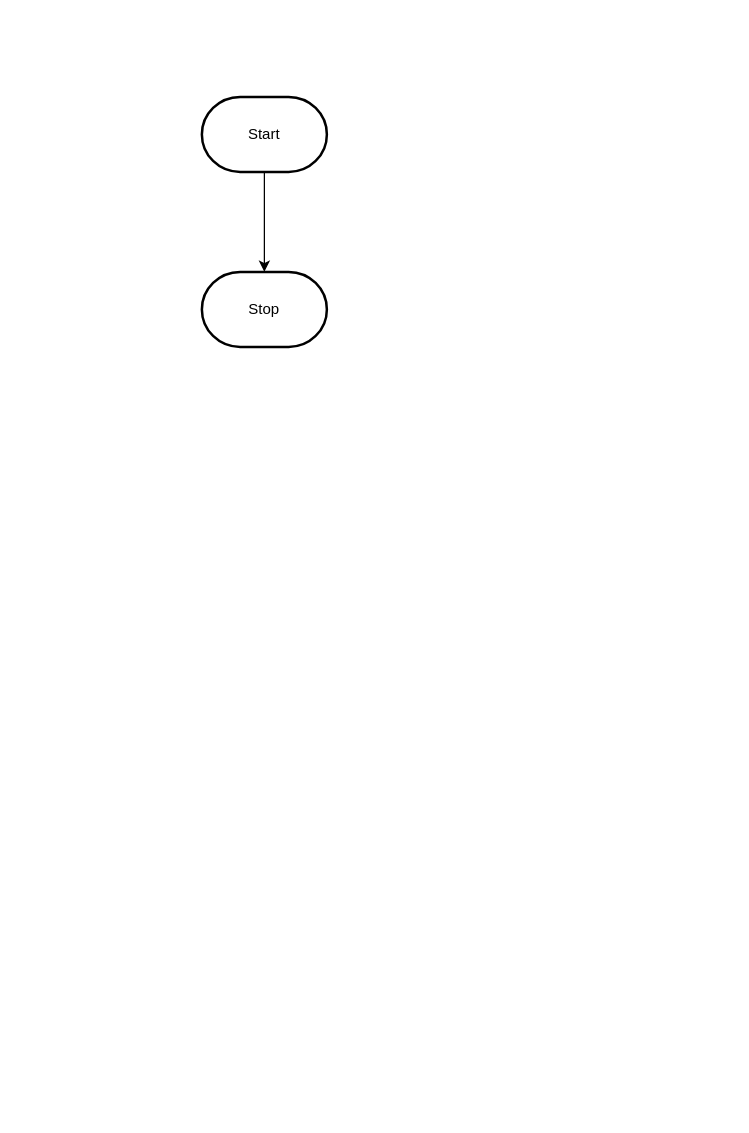
Before: design/flowchart.drawio in MTHS-TEJ2O-1-2023/TEJ2O-Unit-2-10-daki-atahwalp-antango-boad, a draw.io diagram. Source tidied: cells renumbered, new cells numbered last; positions are measured from the earlier drawing's top-left corner, leaving out a move shared by most shapes. Both pictures are drawn from the tidied source at 125%, with x=0, y=0 at pixel (201, 96).
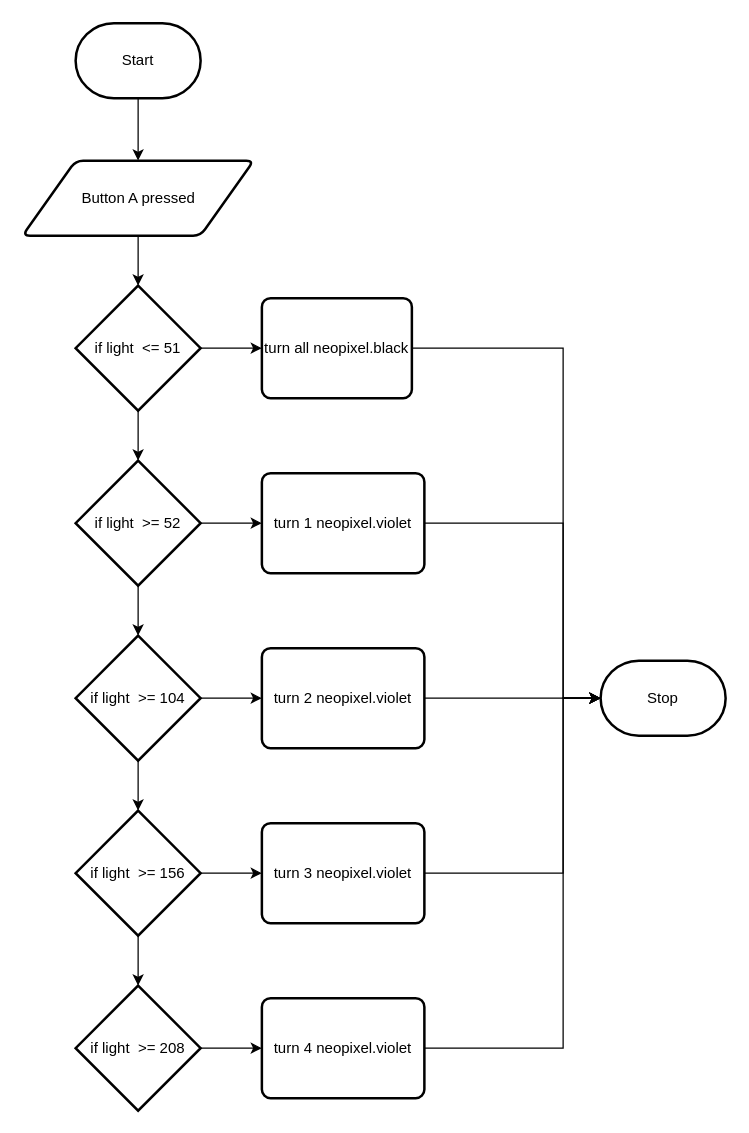
The same page after the edit.

Diff of the diagram source:
```diff
@@
-    <mxCell id="2" style="edgeStyle=orthogonalEdgeStyle;html=1;rounded=0;" parent="1" edge="1" source="3" target="4">
-      <mxGeometry relative="1" as="geometry" />
-    </mxCell>
+    <mxCell id="5" style="edgeStyle=none;html=1;exitX=0.5;exitY=1;exitDx=0;exitDy=0;exitPerimeter=0;entryX=0.5;entryY=0;entryDx=0;entryDy=0;" parent="1" edge="1" source="3">
+      <mxGeometry relative="1" as="geometry">
+        <mxPoint x="-51" y="51" as="targetPoint" />
+      </mxGeometry>
+    </mxCell>
     <mxCell id="3" value="Start" style="strokeWidth=2;html=1;shape=mxgraph.flowchart.terminator;whiteSpace=wrap;" parent="1" vertex="1">
-      <mxGeometry width="100" height="60" as="geometry" />
+      <mxGeometry x="-101" y="-59" width="100" height="60" as="geometry" />
     </mxCell>
     <mxCell id="4" value="Stop" style="strokeWidth=2;html=1;shape=mxgraph.flowchart.terminator;whiteSpace=wrap;" parent="1" vertex="1">
-      <mxGeometry y="140" width="100" height="60" as="geometry" />
+      <mxGeometry x="319" y="451" width="100" height="60" as="geometry" />
     </mxCell>
+    <mxCell id="6" style="edgeStyle=none;html=1;exitX=0.5;exitY=1;exitDx=0;exitDy=0;" parent="1" edge="1" target="9">
+      <mxGeometry relative="1" as="geometry">
+        <mxPoint x="-51" y="111" as="sourcePoint" />
+      </mxGeometry>
+    </mxCell>
+    <mxCell id="2" value="Button A pressed" style="shape=parallelogram;html=1;strokeWidth=2;perimeter=parallelogramPerimeter;whiteSpace=wrap;rounded=1;arcSize=12;size=0.23;" parent="1" vertex="1">
+      <mxGeometry x="-143.5" y="51" width="185" height="60" as="geometry" />
+    </mxCell>
+    <mxCell id="7" style="edgeStyle=none;html=1;exitX=0.5;exitY=1;exitDx=0;exitDy=0;exitPerimeter=0;entryX=0.5;entryY=0;entryDx=0;entryDy=0;entryPerimeter=0;" parent="1" edge="1" source="9" target="12">
+      <mxGeometry relative="1" as="geometry" />
+    </mxCell>
+    <mxCell id="8" style="edgeStyle=none;html=1;exitX=1;exitY=0.5;exitDx=0;exitDy=0;exitPerimeter=0;entryX=0;entryY=0.5;entryDx=0;entryDy=0;" parent="1" edge="1" source="9" target="22">
+      <mxGeometry relative="1" as="geometry" />
+    </mxCell>
+    <mxCell id="9" value="if light&amp;nbsp; &amp;lt;= 51" style="strokeWidth=2;html=1;shape=mxgraph.flowchart.decision;whiteSpace=wrap;" parent="1" vertex="1">
+      <mxGeometry x="-101" y="151" width="100" height="100" as="geometry" />
+    </mxCell>
+    <mxCell id="10" style="edgeStyle=none;html=1;exitX=0.5;exitY=1;exitDx=0;exitDy=0;exitPerimeter=0;entryX=0.5;entryY=0;entryDx=0;entryDy=0;entryPerimeter=0;" parent="1" edge="1" source="12" target="15">
+      <mxGeometry relative="1" as="geometry" />
+    </mxCell>
+    <mxCell id="11" style="edgeStyle=none;html=1;exitX=1;exitY=0.5;exitDx=0;exitDy=0;exitPerimeter=0;entryX=0;entryY=0.5;entryDx=0;entryDy=0;" parent="1" edge="1" source="12" target="26">
+      <mxGeometry relative="1" as="geometry" />
+    </mxCell>
+    <mxCell id="12" value="if light&amp;nbsp; &amp;gt;= 52" style="strokeWidth=2;html=1;shape=mxgraph.flowchart.decision;whiteSpace=wrap;" parent="1" vertex="1">
+      <mxGeometry x="-101" y="291" width="100" height="100" as="geometry" />
+    </mxCell>
+    <mxCell id="13" style="edgeStyle=none;html=1;exitX=0.5;exitY=1;exitDx=0;exitDy=0;exitPerimeter=0;entryX=0.5;entryY=0;entryDx=0;entryDy=0;entryPerimeter=0;" parent="1" edge="1" source="15" target="18">
+      <mxGeometry relative="1" as="geometry" />
+    </mxCell>
+    <mxCell id="14" style="edgeStyle=none;html=1;exitX=1;exitY=0.5;exitDx=0;exitDy=0;exitPerimeter=0;entryX=0;entryY=0.5;entryDx=0;entryDy=0;" parent="1" edge="1" source="15" target="28">
+      <mxGeometry relative="1" as="geometry" />
+    </mxCell>
+    <mxCell id="15" value="if light&amp;nbsp; &amp;gt;= 104" style="strokeWidth=2;html=1;shape=mxgraph.flowchart.decision;whiteSpace=wrap;" parent="1" vertex="1">
+      <mxGeometry x="-101" y="431" width="100" height="100" as="geometry" />
+    </mxCell>
+    <mxCell id="16" style="edgeStyle=none;html=1;exitX=0.5;exitY=1;exitDx=0;exitDy=0;exitPerimeter=0;entryX=0.5;entryY=0;entryDx=0;entryDy=0;entryPerimeter=0;" parent="1" edge="1" source="18" target="20">
+      <mxGeometry relative="1" as="geometry" />
+    </mxCell>
+    <mxCell id="17" style="edgeStyle=none;html=1;exitX=1;exitY=0.5;exitDx=0;exitDy=0;exitPerimeter=0;entryX=0;entryY=0.5;entryDx=0;entryDy=0;" parent="1" edge="1" source="18" target="30">
+      <mxGeometry relative="1" as="geometry" />
+    </mxCell>
+    <mxCell id="18" value="if light&amp;nbsp; &amp;gt;= 156" style="strokeWidth=2;html=1;shape=mxgraph.flowchart.decision;whiteSpace=wrap;" parent="1" vertex="1">
+      <mxGeometry x="-101" y="571" width="100" height="100" as="geometry" />
+    </mxCell>
+    <mxCell id="19" style="edgeStyle=none;html=1;exitX=1;exitY=0.5;exitDx=0;exitDy=0;exitPerimeter=0;entryX=0;entryY=0.5;entryDx=0;entryDy=0;" parent="1" edge="1" source="20" target="24">
+      <mxGeometry relative="1" as="geometry" />
+    </mxCell>
+    <mxCell id="20" value="if light&amp;nbsp; &amp;gt;= 208" style="strokeWidth=2;html=1;shape=mxgraph.flowchart.decision;whiteSpace=wrap;" parent="1" vertex="1">
+      <mxGeometry x="-101" y="711" width="100" height="100" as="geometry" />
+    </mxCell>
+    <mxCell id="21" style="edgeStyle=orthogonalEdgeStyle;html=1;exitX=1;exitY=0.5;exitDx=0;exitDy=0;entryX=0;entryY=0.5;entryDx=0;entryDy=0;entryPerimeter=0;rounded=0;" parent="1" edge="1" source="22" target="4">
+      <mxGeometry relative="1" as="geometry">
+        <Array as="points">
+          <mxPoint x="289" y="201" />
+          <mxPoint x="289" y="481" />
+        </Array>
+      </mxGeometry>
+    </mxCell>
+    <mxCell id="22" value="turn all neopixel.black" style="rounded=1;whiteSpace=wrap;html=1;absoluteArcSize=1;arcSize=14;strokeWidth=2;" parent="1" vertex="1">
+      <mxGeometry x="48" y="161" width="120" height="80" as="geometry" />
+    </mxCell>
+    <mxCell id="23" style="edgeStyle=orthogonalEdgeStyle;html=1;exitX=1;exitY=0.5;exitDx=0;exitDy=0;rounded=0;" parent="1" edge="1" source="24">
+      <mxGeometry relative="1" as="geometry">
+        <mxPoint x="319" y="481" as="targetPoint" />
+        <Array as="points">
+          <mxPoint x="289" y="761" />
+          <mxPoint x="289" y="481" />
+        </Array>
+      </mxGeometry>
+    </mxCell>
+    <mxCell id="24" value="turn 4 neopixel.violet" style="rounded=1;whiteSpace=wrap;html=1;absoluteArcSize=1;arcSize=14;strokeWidth=2;" parent="1" vertex="1">
+      <mxGeometry x="48" y="721" width="130" height="80" as="geometry" />
+    </mxCell>
+    <mxCell id="25" style="edgeStyle=orthogonalEdgeStyle;html=1;exitX=1;exitY=0.5;exitDx=0;exitDy=0;rounded=0;" parent="1" edge="1" source="26">
+      <mxGeometry relative="1" as="geometry">
+        <mxPoint x="319" y="481" as="targetPoint" />
+        <Array as="points">
+          <mxPoint x="289" y="341" />
+          <mxPoint x="289" y="481" />
+        </Array>
+      </mxGeometry>
+    </mxCell>
+    <mxCell id="26" value="turn 1 neopixel.violet" style="rounded=1;whiteSpace=wrap;html=1;absoluteArcSize=1;arcSize=14;strokeWidth=2;" parent="1" vertex="1">
+      <mxGeometry x="48" y="301" width="130" height="80" as="geometry" />
+    </mxCell>
+    <mxCell id="27" style="edgeStyle=orthogonalEdgeStyle;html=1;exitX=1;exitY=0.5;exitDx=0;exitDy=0;rounded=0;" parent="1" edge="1" source="28">
+      <mxGeometry relative="1" as="geometry">
+        <mxPoint x="319" y="481" as="targetPoint" />
+      </mxGeometry>
+    </mxCell>
+    <mxCell id="28" value="turn 2 neopixel.violet" style="rounded=1;whiteSpace=wrap;html=1;absoluteArcSize=1;arcSize=14;strokeWidth=2;" parent="1" vertex="1">
+      <mxGeometry x="48" y="441" width="130" height="80" as="geometry" />
+    </mxCell>
+    <mxCell id="29" style="edgeStyle=orthogonalEdgeStyle;html=1;exitX=1;exitY=0.5;exitDx=0;exitDy=0;rounded=0;" parent="1" edge="1" source="30">
+      <mxGeometry relative="1" as="geometry">
+        <mxPoint x="319" y="481" as="targetPoint" />
+        <Array as="points">
+          <mxPoint x="289" y="621" />
+          <mxPoint x="289" y="481" />
+        </Array>
+      </mxGeometry>
+    </mxCell>
+    <mxCell id="30" value="turn 3 neopixel.violet" style="rounded=1;whiteSpace=wrap;html=1;absoluteArcSize=1;arcSize=14;strokeWidth=2;" parent="1" vertex="1">
+      <mxGeometry x="48" y="581" width="130" height="80" as="geometry" />
+    </mxCell>
```
